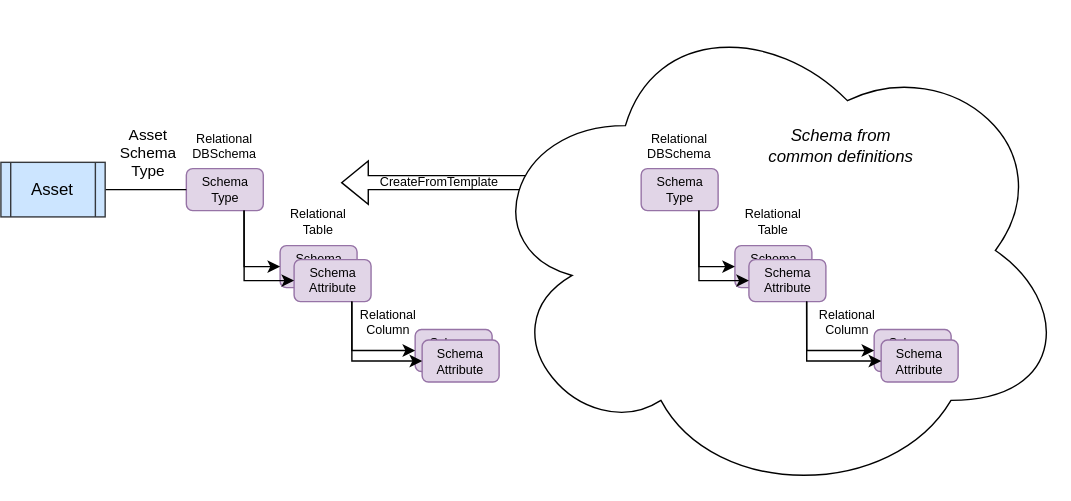
The draw.io diagram site/docs/practices/common-data-definitions/semantic-to-implementation-assets-and-schemas-templates.svg in odpi/egeria-docs, before a commit. Source tidied: cells renumbered, new cells last; positions are measured from the earlier drawing's top-left corner, leaving out a move shared by most shapes.
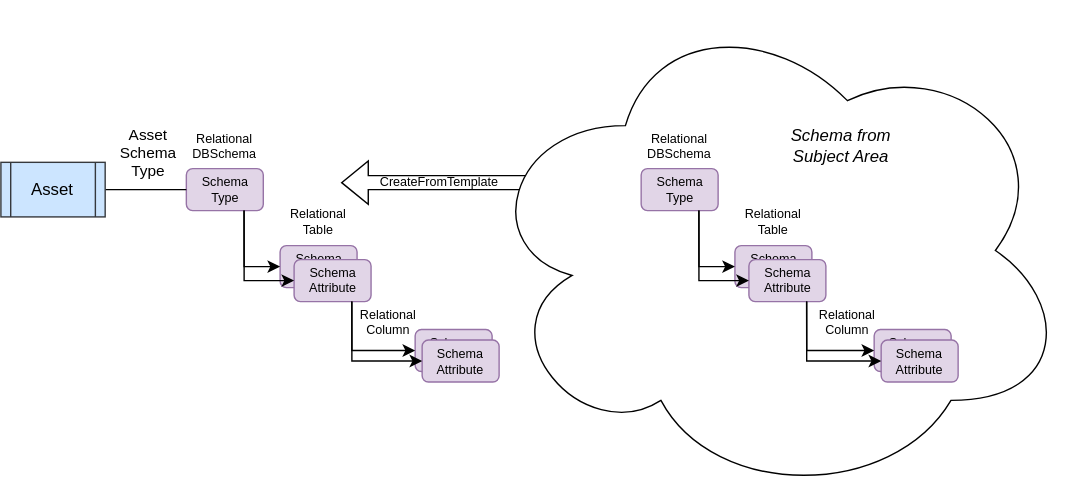
After the commit.

What changed in the source:
```diff
@@ -105,8 +105,8 @@
         </Array>
       </mxGeometry>
     </mxCell>
-    <mxCell id="30" value="Schema from&lt;br&gt;common definitions" style="text;html=1;align=center;verticalAlign=middle;strokeColor=none;fillColor=none;fontSize=12;fontStyle=2;" parent="1" vertex="1">
-      <mxGeometry x="534.5" y="83.5" width="130" height="40" as="geometry" />
+    <mxCell id="30" value="Schema from&lt;br&gt;Subject Area" style="text;html=1;align=center;verticalAlign=middle;strokeColor=none;fillColor=none;fontSize=12;fontStyle=2;" parent="1" vertex="1">
+      <mxGeometry x="554.5" y="83.5" width="90" height="40" as="geometry" />
     </mxCell>
     <mxCell id="31" value="CreateFromTemplate" style="text;html=1;align=center;verticalAlign=middle;strokeColor=none;fillColor=none;fontSize=9;" parent="1" vertex="1">
       <mxGeometry x="257.5" y="119.5" width="110" height="20" as="geometry" />
```
